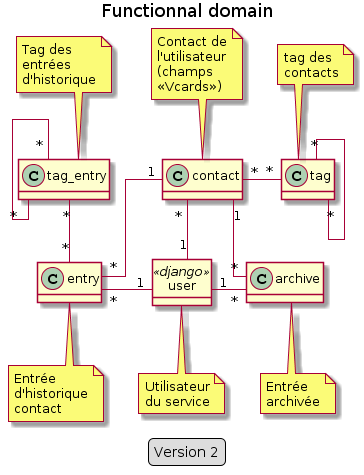
freezed/ocp13 keeps this PlantUML diagram as doc/data_model/functional_model_light.png. Above is the earlier version.
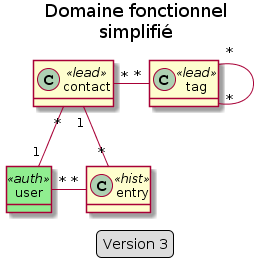
Above is the later version.

Commit message:
Update physical data model to v3 (#20)

Change to the diagram source:
```diff
@@ -1,48 +1,27 @@
 @startuml
-title Functionnal domain
+title Domaine fonctionnel\nsimplifié
 
-skinparam linetype ortho
-hide <<django>> circle
+hide <<auth>> circle
 hide empty methods
+skinparam class {
+    BackgroundColor<<auth>> lightgreen
+}
 
 
-class archive
-class contact
-class entry
-class tag
-class tag_entry
-class user <<django>>
+class contact <<lead>>
+class entry <<hist>>
+class tag <<lead>>
+class user <<auth>>
 
 
 contact "1" -- "*" entry
-contact "1" -- "*" archive
+contact "*" -- "1" user
+user "*" - "*" entry
+
+tag "*" - "*" tag
 contact "*" - "*" tag
-tag_entry "*" -- "*" entry
-tag_entry "*" - "*" tag_entry
-tag "*" - "*" tag
-contact "*" -- "1" user
-entry "*" - "1" user
-user "1" - "*" archive
-
-class archive
-note bottom: Entrée\narchivée
-
-class contact
-note top: Contact de\nl'utilisateur\n(champs\n«Vcards»)
-
-class entry
-note bottom: Entrée\nd'historique\ncontact
-
-class tag
-note top: tag des\ncontacts
-
-class tag_entry
-note top: Tag des\nentrées\nd'historique
-
-class user
-note bottom: Utilisateur\ndu service
 
 legend
-    Version 2
+    Version 3
 endlegend
 @enduml
```
